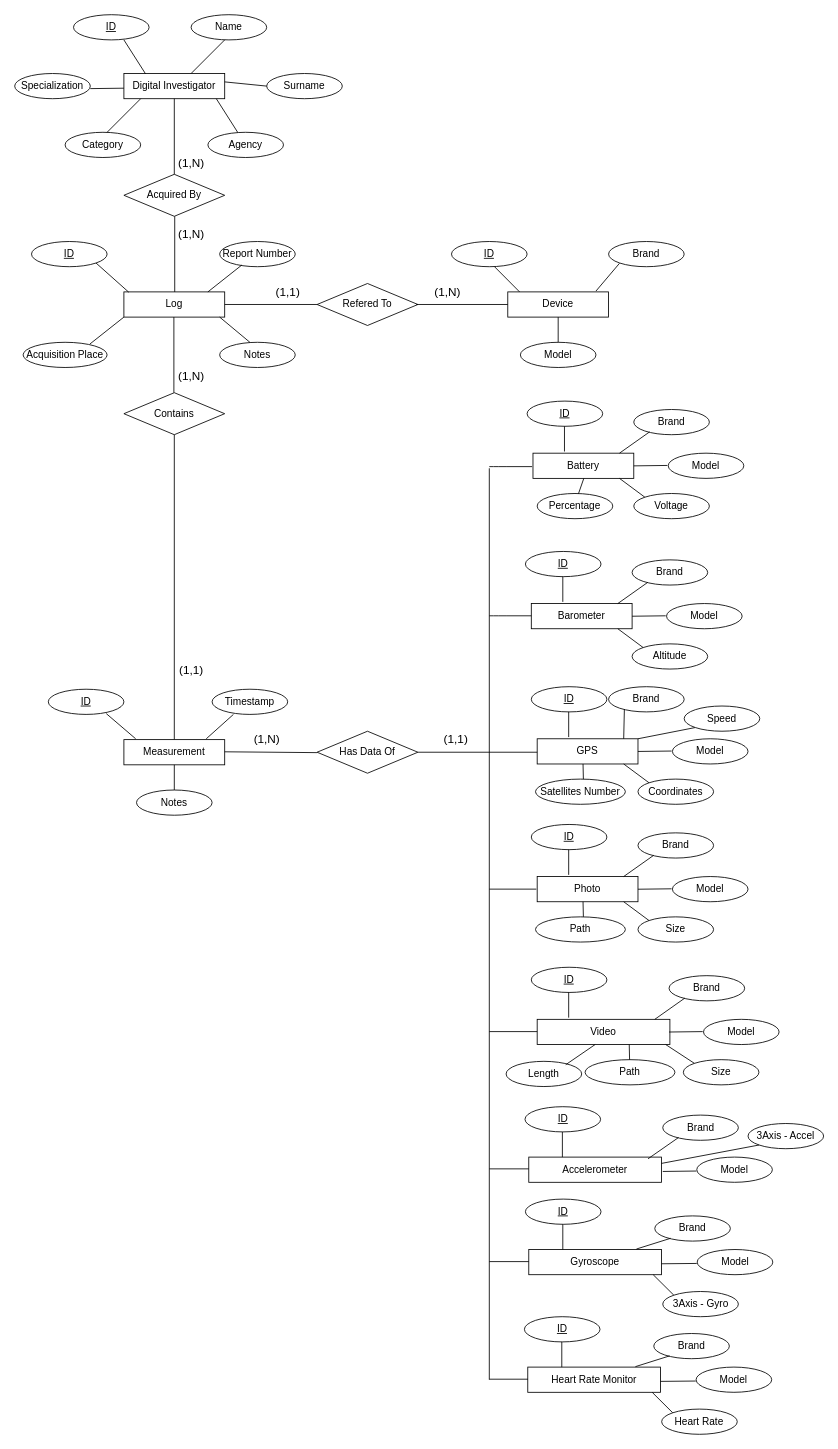
The draw.io diagram Database/Schema DB.drawio in Kryozen/Forensics-Analysis, before the edit. Source tidied: cells renumbered, new cells numbered last; positions are measured from the earlier drawing's top-left corner, leaving out a move shared by most shapes. Both pictures are drawn from the tidied source at 84%, with x=0, y=0 at pixel (14, 14).
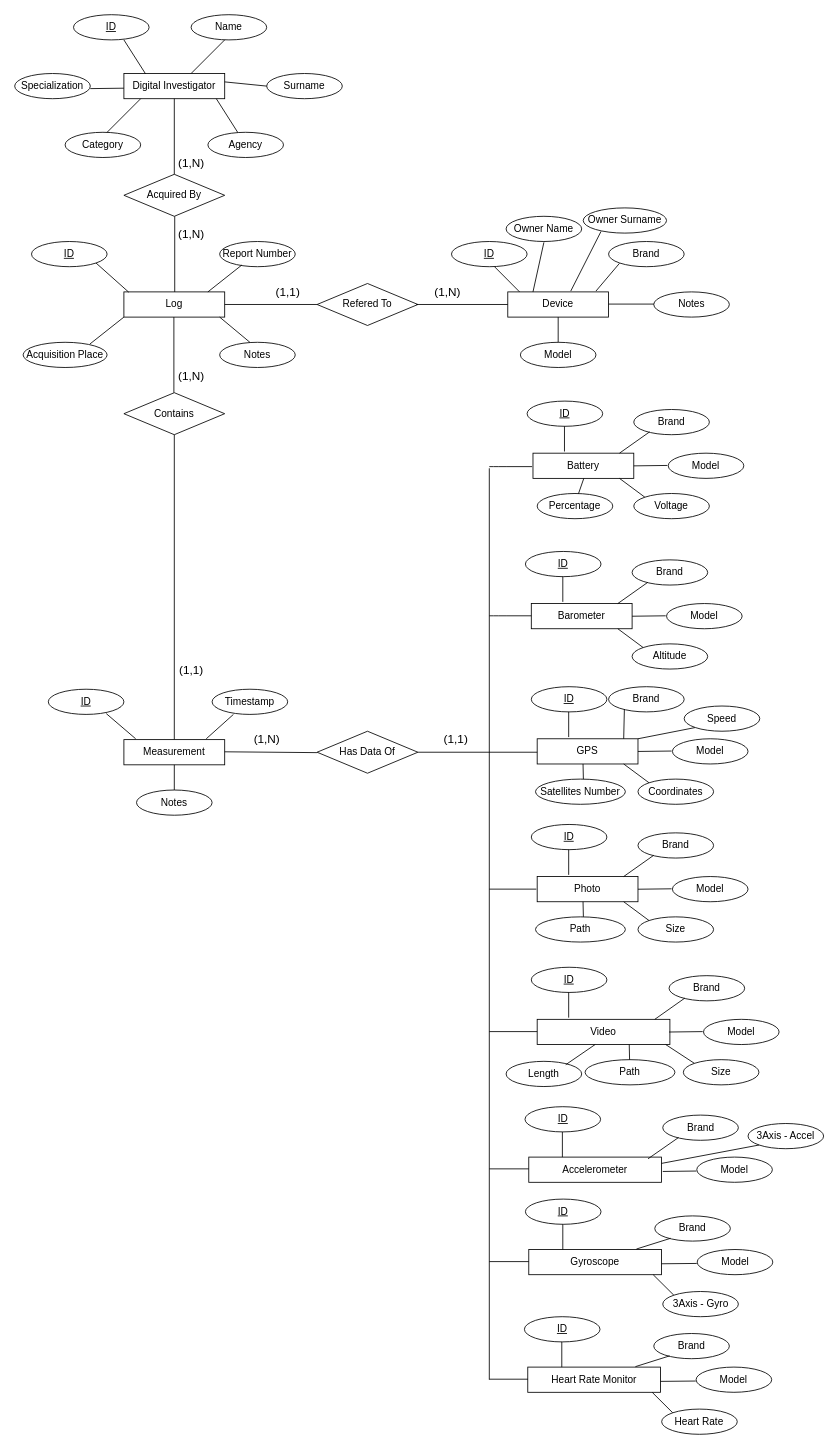
The same diagram, later.

Commit message:
modifiche schema E-R

cambiata entità Device

The change refers to these unchanged cells:
```xml
<mxCell id="30" value="Device" style="rounded=0;whiteSpace=wrap;html=1;" parent="1" vertex="1">
  <mxGeometry x="587" y="330" width="120" height="30" as="geometry" />
</mxCell>
```

The edit, as a diff of the source:
```diff
@@
+    <mxCell id="150" value="Notes" style="ellipse;whiteSpace=wrap;html=1;" parent="1" vertex="1">
+      <mxGeometry x="760.8" y="330" width="90" height="30" as="geometry" />
+    </mxCell>
+    <mxCell id="151" style="endArrow=none;html=1;entryX=0;entryY=0.5;entryDx=0;entryDy=0;" parent="1" edge="1">
+      <mxGeometry relative="1" as="geometry">
+        <mxPoint x="707" y="344.5" as="sourcePoint" />
+        <mxPoint x="761" y="344.5" as="targetPoint" />
+      </mxGeometry>
+    </mxCell>
+    <mxCell id="152" value="Owner Name" style="ellipse;whiteSpace=wrap;html=1;" parent="1" vertex="1">
+      <mxGeometry x="585" y="240" width="90" height="30" as="geometry" />
+    </mxCell>
+    <mxCell id="153" style="endArrow=none;html=1;exitX=0.25;exitY=0;exitDx=0;exitDy=0;entryX=0.144;entryY=0.867;entryDx=0;entryDy=0;entryPerimeter=0;" parent="1" edge="1" source="30">
+      <mxGeometry relative="1" as="geometry">
+        <mxPoint x="630" y="271" as="targetPoint" />
+      </mxGeometry>
+    </mxCell>
+    <mxCell id="154" value="Owner Surname" style="ellipse;whiteSpace=wrap;html=1;" parent="1" vertex="1">
+      <mxGeometry x="676.8" y="230" width="99.2" height="30" as="geometry" />
+    </mxCell>
+    <mxCell id="155" style="endArrow=none;html=1;entryX=0.144;entryY=0.867;entryDx=0;entryDy=0;entryPerimeter=0;" parent="1" edge="1">
+      <mxGeometry relative="1" as="geometry">
+        <mxPoint x="662" y="329" as="sourcePoint" />
+        <mxPoint x="698" y="258" as="targetPoint" />
+      </mxGeometry>
+    </mxCell>
```
